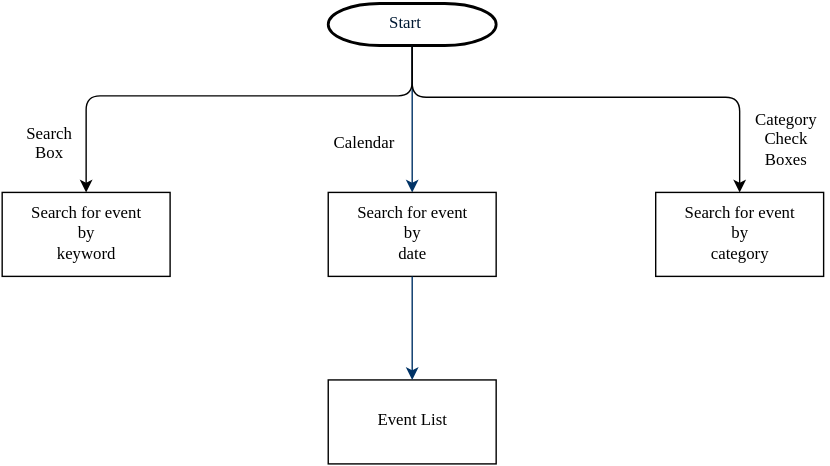
The draw.io diagram public_html/img/data-design-craigslist-events-user-interaction-flow.svg in gwells4/data-design-craigslist-events, before a commit. Source tidied: cells renumbered, new cells last; positions are measured from the earlier drawing's top-left corner, leaving out a move shared by most shapes.
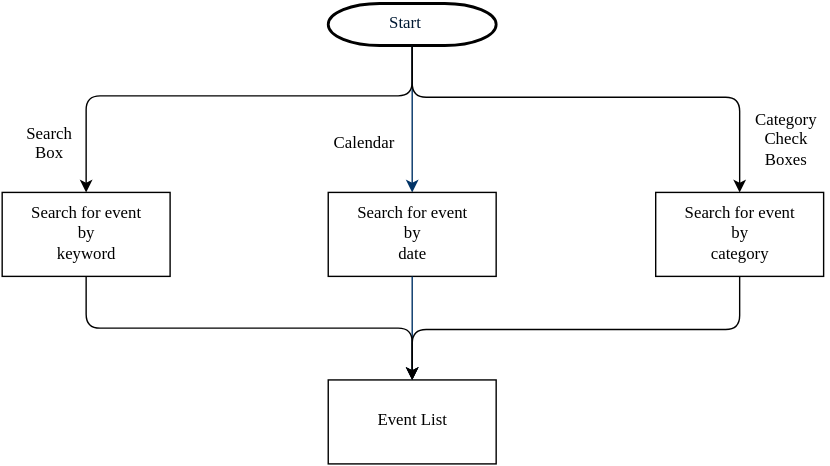
Above is the later version.

Commit message:
Modified the user interaction diagram.

Diff of the diagram source:
```diff
@@ -48,5 +48,21 @@
     <mxCell id="13" style="fontColor=#001933;fontStyle=1;strokeColor=#003366;strokeWidth=1;entryX=0.5;entryY=0;exitX=0.5;exitY=1;html=1;fontFamily=Verdana;" parent="1" edge="1" source="5" target="12">
       <mxGeometry relative="1" as="geometry" />
     </mxCell>
+    <mxCell id="14" style="edgeStyle=segmentEdgeStyle;endArrow=classic;html=1;fontFamily=Verdana;entryX=0.5;entryY=0;exitX=0.5;exitY=1;" parent="1" edge="1" source="4" target="12">
+      <mxGeometry relative="1" as="geometry">
+        <Array as="points">
+          <mxPoint x="60" y="232" />
+          <mxPoint x="293" y="232" />
+        </Array>
+      </mxGeometry>
+    </mxCell>
+    <mxCell id="15" style="edgeStyle=segmentEdgeStyle;endArrow=classic;html=1;fontFamily=Verdana;entryX=0.5;entryY=0;exitX=0.5;exitY=1;" parent="1" edge="1" source="6" target="12">
+      <mxGeometry relative="1" as="geometry">
+        <Array as="points">
+          <mxPoint x="527" y="233" />
+          <mxPoint x="293" y="233" />
+        </Array>
+      </mxGeometry>
+    </mxCell>
   </root>
 </mxGraphModel>
```
